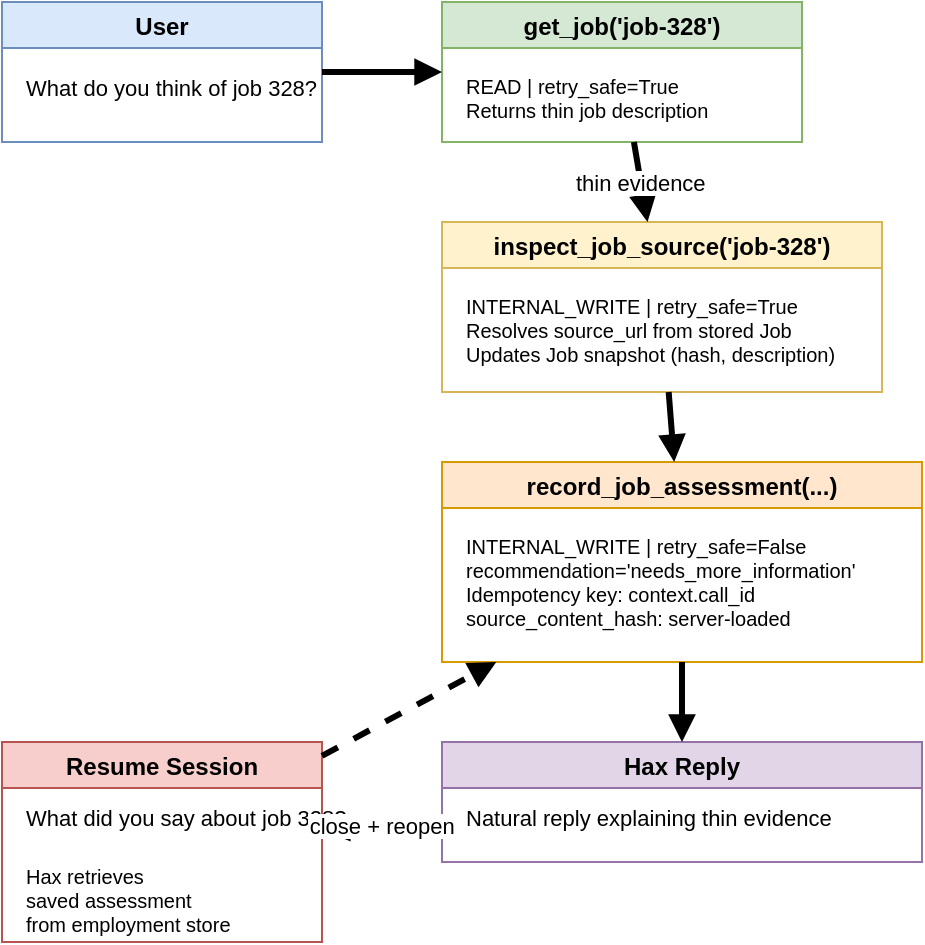
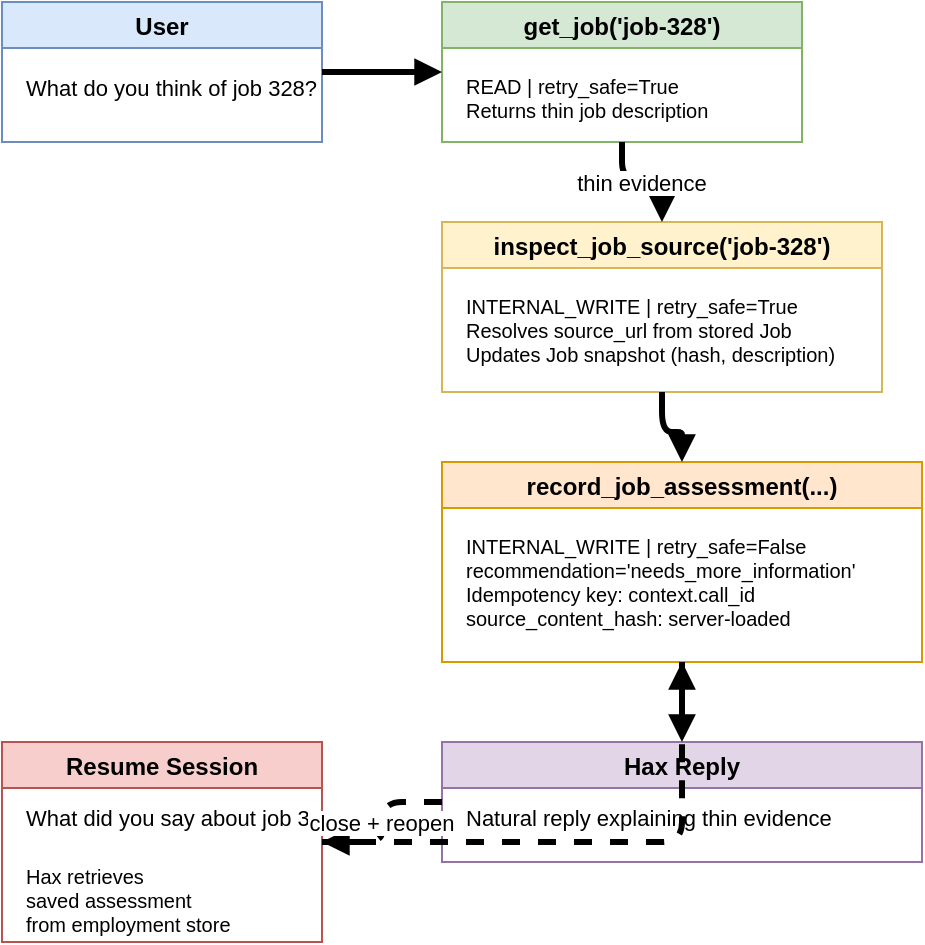
<mxfile host="app.diagrams.net">
  <diagram name="conversation-trajectory">
    <mxGraphModel dx="1200" dy="800" grid="1" gridSize="10" guides="1" tooltips="1" connect="1" arrows="1" fold="1">
      <root>
        <mxCell id="0"/>
        <mxCell id="1" parent="0"/>
        <mxCell id="group-user" value="User" style="swimlane;fillColor=#dae8fc;strokeColor=#6c8ebf;" vertex="1" parent="1">
          <mxGeometry x="40" y="40" width="160" height="70" as="geometry"/>
        </mxCell>
        <mxCell id="user-msg" value="What do you think of job 328?" style="text;fontSize=11;" vertex="1" parent="group-user">
          <mxGeometry x="10" y="30" width="140" height="25" as="geometry"/>
        </mxCell>
        <mxCell id="group-get" value="get_job('job-328')" style="swimlane;fillColor=#d5e8d4;strokeColor=#82b366;" vertex="1" parent="1">
          <mxGeometry x="260" y="40" width="180" height="70" as="geometry"/>
        </mxCell>
        <mxCell id="get-detail" value="READ | retry_safe=True&#xa;Returns thin job description" style="text;fontSize=10;" vertex="1" parent="group-get">
          <mxGeometry x="10" y="30" width="160" height="30" as="geometry"/>
        </mxCell>
        <mxCell id="group-inspect" value="inspect_job_source('job-328')" style="swimlane;fillColor=#fff2cc;strokeColor=#d6b656;" vertex="1" parent="1">
          <mxGeometry x="260" y="150" width="220" height="85" as="geometry"/>
        </mxCell>
        <mxCell id="insp-detail" value="INTERNAL_WRITE | retry_safe=True&#xa;Resolves source_url from stored Job&#xa;Updates Job snapshot (hash, description)" style="text;fontSize=10;" vertex="1" parent="group-inspect">
          <mxGeometry x="10" y="30" width="200" height="45" as="geometry"/>
        </mxCell>
        <mxCell id="group-record" value="record_job_assessment(...)" style="swimlane;fillColor=#ffe6cc;strokeColor=#d79b00;" vertex="1" parent="1">
          <mxGeometry x="260" y="270" width="240" height="100" as="geometry"/>
        </mxCell>
        <mxCell id="rec-detail" value="INTERNAL_WRITE | retry_safe=False&#xa;recommendation='needs_more_information'&#xa;Idempotency key: context.call_id&#xa;source_content_hash: server-loaded" style="text;fontSize=10;" vertex="1" parent="group-record">
          <mxGeometry x="10" y="30" width="220" height="60" as="geometry"/>
        </mxCell>
        <mxCell id="group-reply" value="Hax Reply" style="swimlane;fillColor=#e1d5e7;strokeColor=#9673a6;" vertex="1" parent="1">
          <mxGeometry x="260" y="410" width="240" height="60" as="geometry"/>
        </mxCell>
        <mxCell id="reply-text" value="Natural reply explaining thin evidence" style="text;fontSize=11;" vertex="1" parent="group-reply">
          <mxGeometry x="10" y="25" width="220" height="25" as="geometry"/>
        </mxCell>
        <mxCell id="group-resume" value="Resume Session" style="swimlane;fillColor=#f8cecc;strokeColor=#b85450;" vertex="1" parent="1">
          <mxGeometry x="40" y="410" width="160" height="100" as="geometry"/>
        </mxCell>
        <mxCell id="res-q" value="What did you say about job 328?" style="text;fontSize=11;" vertex="1" parent="group-resume">
          <mxGeometry x="10" y="25" width="140" height="25" as="geometry"/>
        </mxCell>
        <mxCell id="res-a" value="Hax retrieves&#xa;saved assessment&#xa;from employment store" style="text;fontSize=10;" vertex="1" parent="group-resume">
          <mxGeometry x="10" y="55" width="140" height="40" as="geometry"/>
        </mxCell>
-         <mxCell id="edge-u-g" value="" style="endArrow=block;endFill=1;strokeWidth=3;" edge="1" parent="1" source="group-user" target="group-get">
+         <mxCell id="edge-u-g" value="" style="edgeStyle=orthogonalEdgeStyle;orthogonalLoop=1;jettySize=auto;endArrow=block;endFill=1;strokeWidth=3;" edge="1" parent="1" source="group-user" target="group-get">
          <mxGeometry relative="1" as="geometry"/>
        </mxCell>
-         <mxCell id="edge-g-i" value="thin evidence" style="endArrow=block;endFill=1;strokeWidth=3;" edge="1" parent="1" source="group-get" target="group-inspect">
+         <mxCell id="edge-g-i" value="thin evidence" style="edgeStyle=orthogonalEdgeStyle;orthogonalLoop=1;jettySize=auto;endArrow=block;endFill=1;strokeWidth=3;" edge="1" parent="1" source="group-get" target="group-inspect">
          <mxGeometry relative="1" as="geometry"/>
        </mxCell>
-         <mxCell id="edge-i-r" value="" style="endArrow=block;endFill=1;strokeWidth=3;" edge="1" parent="1" source="group-inspect" target="group-record">
+         <mxCell id="edge-i-r" value="" style="edgeStyle=orthogonalEdgeStyle;orthogonalLoop=1;jettySize=auto;endArrow=block;endFill=1;strokeWidth=3;" edge="1" parent="1" source="group-inspect" target="group-record">
          <mxGeometry relative="1" as="geometry"/>
        </mxCell>
-         <mxCell id="edge-r-reply" value="" style="endArrow=block;endFill=1;strokeWidth=3;" edge="1" parent="1" source="group-record" target="group-reply">
+         <mxCell id="edge-r-reply" value="" style="edgeStyle=orthogonalEdgeStyle;orthogonalLoop=1;jettySize=auto;endArrow=block;endFill=1;strokeWidth=3;" edge="1" parent="1" source="group-record" target="group-reply">
          <mxGeometry relative="1" as="geometry"/>
        </mxCell>
-         <mxCell id="edge-close" value="close + reopen" style="endArrow=block;endFill=1;strokeWidth=3;dashed=1;" edge="1" parent="1" source="group-reply" target="group-resume">
+         <mxCell id="edge-close" value="close + reopen" style="edgeStyle=orthogonalEdgeStyle;orthogonalLoop=1;jettySize=auto;endArrow=block;endFill=1;strokeWidth=3;dashed=1;" edge="1" parent="1" source="group-reply" target="group-resume">
          <mxGeometry relative="1" as="geometry"/>
        </mxCell>
-         <mxCell id="edge-res-store" value="" style="endArrow=block;endFill=1;strokeWidth=3;dashed=1;" edge="1" parent="1" source="group-resume" target="group-record">
+         <mxCell id="edge-res-store" value="" style="edgeStyle=orthogonalEdgeStyle;orthogonalLoop=1;jettySize=auto;endArrow=block;endFill=1;strokeWidth=3;dashed=1;" edge="1" parent="1" source="group-resume" target="group-record">
          <mxGeometry relative="1" as="geometry"/>
        </mxCell>
      </root>
    </mxGraphModel>
  </diagram>
</mxfile>
